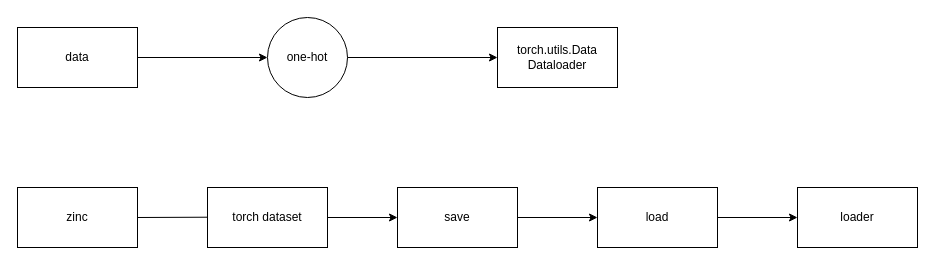
This is property_prediction.dio from ZhichenCS/MOLVAE, a draw.io file, before an edit. Source tidied: cells renumbered, new cells numbered last; positions are measured from the earlier drawing's top-left corner, leaving out a move shared by most shapes. Both pictures are drawn from the tidied source at 100%, with x=0, y=0 at pixel (17, 17).
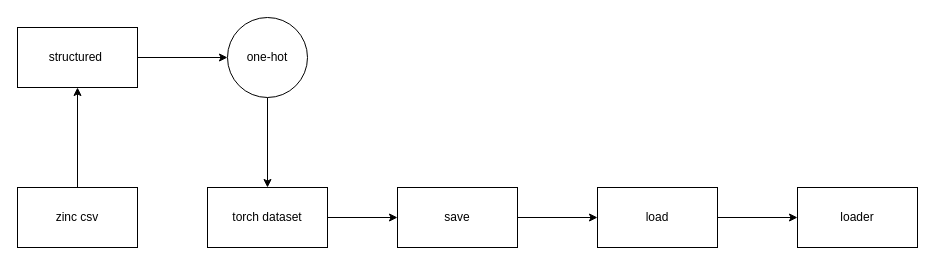
The same page after the edit.

Commit message (it also covers changes not shown here):
change data flow from smiles to target to one-hot to target

What changed in the source:
```diff
@@
 <mxGraphModel>
   <root>
     <mxCell id="0" />
     <mxCell id="1" parent="0" />
-    <mxCell id="2" value="data" style="rounded=0;whiteSpace=wrap;html=1;" parent="1" vertex="1">
+    <mxCell id="2" value="structured&amp;nbsp;" style="rounded=0;whiteSpace=wrap;html=1;" parent="1" vertex="1">
       <mxGeometry y="10" width="120" height="60" as="geometry" />
     </mxCell>
+    <mxCell id="16" style="edgeStyle=none;html=1;" parent="1" edge="1" source="3" target="9">
+      <mxGeometry relative="1" as="geometry" />
+    </mxCell>
     <mxCell id="3" value="one-hot" style="ellipse;whiteSpace=wrap;html=1;" parent="1" vertex="1">
-      <mxGeometry x="250" width="80" height="80" as="geometry" />
+      <mxGeometry x="210" width="80" height="80" as="geometry" />
     </mxCell>
-    <mxCell id="4" value="torch.utils.Data Dataloader" style="rounded=0;whiteSpace=wrap;html=1;" parent="1" vertex="1">
-      <mxGeometry x="480" y="10" width="120" height="60" as="geometry" />
-    </mxCell>
     <mxCell id="5" style="endArrow=classic;html=1;exitX=1;exitY=0.5;exitDx=0;exitDy=0;entryX=0;entryY=0.5;entryDx=0;entryDy=0;" parent="1" edge="1" source="2" target="3">
       <mxGeometry relative="1" as="geometry" />
     </mxCell>
-    <mxCell id="6" style="endArrow=classic;html=1;exitX=1;exitY=0.5;exitDx=0;exitDy=0;entryX=0;entryY=0.5;entryDx=0;entryDy=0;" parent="1" edge="1" source="3" target="4">
-      <mxGeometry relative="1" as="geometry" />
-    </mxCell>
+    <mxCell id="17" style="edgeStyle=none;html=1;" parent="1" edge="1" source="7" target="2">
+      <mxGeometry relative="1" as="geometry" />
+    </mxCell>
-    <mxCell id="7" value="zinc" style="rounded=0;whiteSpace=wrap;html=1;" parent="1" vertex="1">
+    <mxCell id="7" value="zinc csv" style="rounded=0;whiteSpace=wrap;html=1;" parent="1" vertex="1">
       <mxGeometry y="170" width="120" height="60" as="geometry" />
     </mxCell>
-    <mxCell id="8" style="endArrow=classic;html=1;entryX=0;entryY=0.5;entryDx=0;entryDy=0;exitX=1;exitY=0.5;exitDx=0;exitDy=0;" parent="1" edge="1" source="7">
-      <mxGeometry relative="1" as="geometry">
-        <mxPoint x="240" y="199.5" as="targetPoint" />
-      </mxGeometry>
-    </mxCell>
     <mxCell id="9" value="torch dataset" style="rounded=0;whiteSpace=wrap;html=1;" parent="1" vertex="1">
       <mxGeometry x="190" y="170" width="120" height="60" as="geometry" />
     </mxCell>
     <mxCell id="10" style="edgeStyle=none;html=1;" parent="1" edge="1" source="11" target="14">
       <mxGeometry relative="1" as="geometry" />
     </mxCell>
     <mxCell id="11" value="save" style="rounded=0;whiteSpace=wrap;html=1;" parent="1" vertex="1">
       <mxGeometry x="380" y="170" width="120" height="60" as="geometry" />
     </mxCell>
     <mxCell id="12" style="endArrow=classic;html=1;exitX=1;exitY=0.5;exitDx=0;exitDy=0;entryX=0;entryY=0.5;entryDx=0;entryDy=0;" parent="1" edge="1" source="9" target="11">
       <mxGeometry relative="1" as="geometry" />
     </mxCell>
     <mxCell id="13" style="edgeStyle=none;html=1;" parent="1" edge="1" source="14" target="15">
       <mxGeometry relative="1" as="geometry" />
     </mxCell>
     <mxCell id="14" value="load" style="rounded=0;whiteSpace=wrap;html=1;" parent="1" vertex="1">
       <mxGeometry x="580" y="170" width="120" height="60" as="geometry" />
     </mxCell>
     <mxCell id="15" value="loader" style="rounded=0;whiteSpace=wrap;html=1;" parent="1" vertex="1">
       <mxGeometry x="780" y="170" width="120" height="60" as="geometry" />
     </mxCell>
   </root>
 </mxGraphModel>
```
